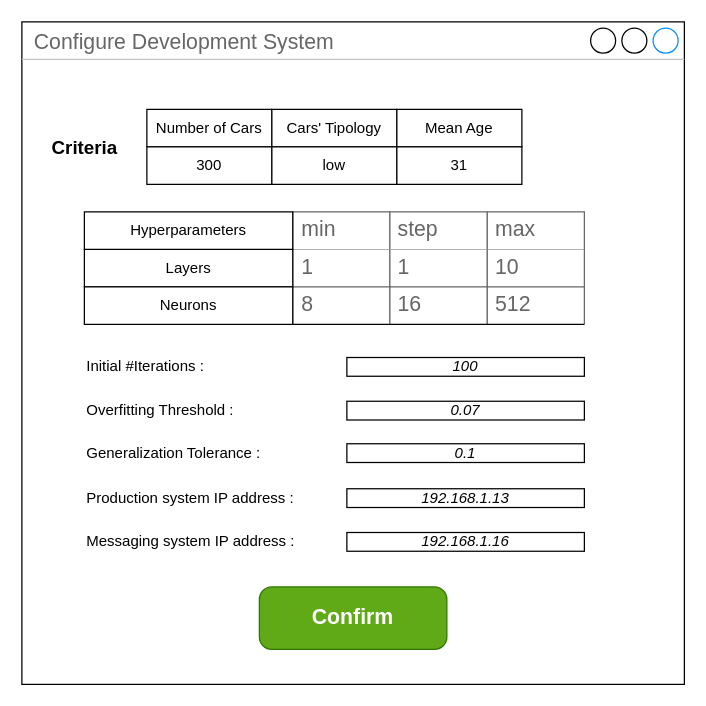
The draw.io diagram configure/development system (BELLO)/development_system.drawio in BaffoBello14/AutomaticDamagesRecognition, before the edit. Source tidied: cells renumbered, new cells numbered last; positions are measured from the earlier drawing's top-left corner, leaving out a move shared by most shapes. Both pictures are drawn from the tidied source at 125%, with x=0, y=0 at pixel (21, 21).
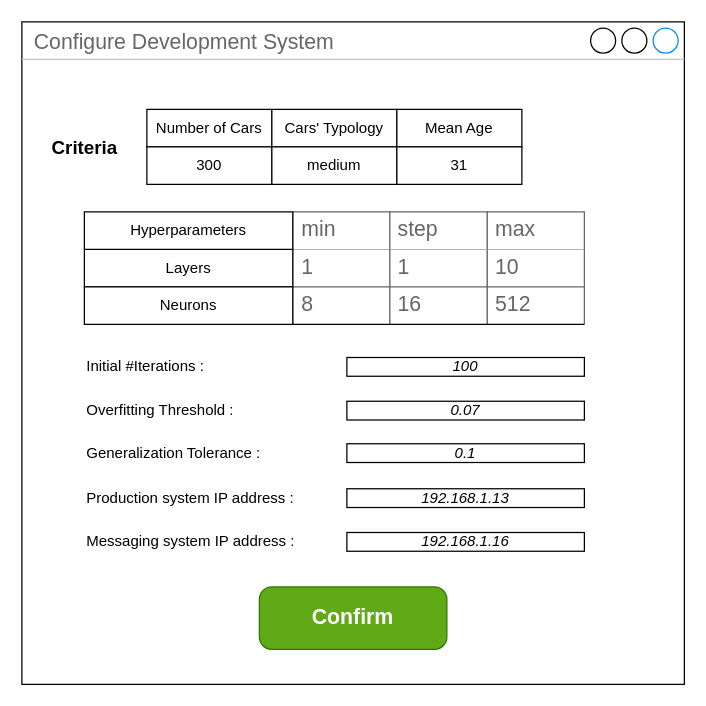
The same diagram, later.

Commit message (it also covers changes not shown here):
Update criteria values in production and segregation system tables

The change refers to these unchanged cells:
```xml
<mxCell id="28" style="group;" parent="1" vertex="1">
  <mxGeometry x="100" y="70" width="300" height="60" as="geometry" />
</mxCell>
```

What changed in the source:
```diff
@@
-    <mxCell id="30" value="Cars' Tipology" style="whiteSpace=wrap;html=1;" parent="28" vertex="1">
+    <mxCell id="30" value="Cars' Typology" style="whiteSpace=wrap;html=1;" parent="28" vertex="1">
       <mxGeometry x="100" width="100" height="30" as="geometry" />
     </mxCell>
@@
-    <mxCell id="33" value="low" style="whiteSpace=wrap;html=1;" parent="28" vertex="1">
+    <mxCell id="33" value="medium" style="whiteSpace=wrap;html=1;" parent="28" vertex="1">
       <mxGeometry x="100" y="30" width="100" height="30" as="geometry" />
     </mxCell>
```
